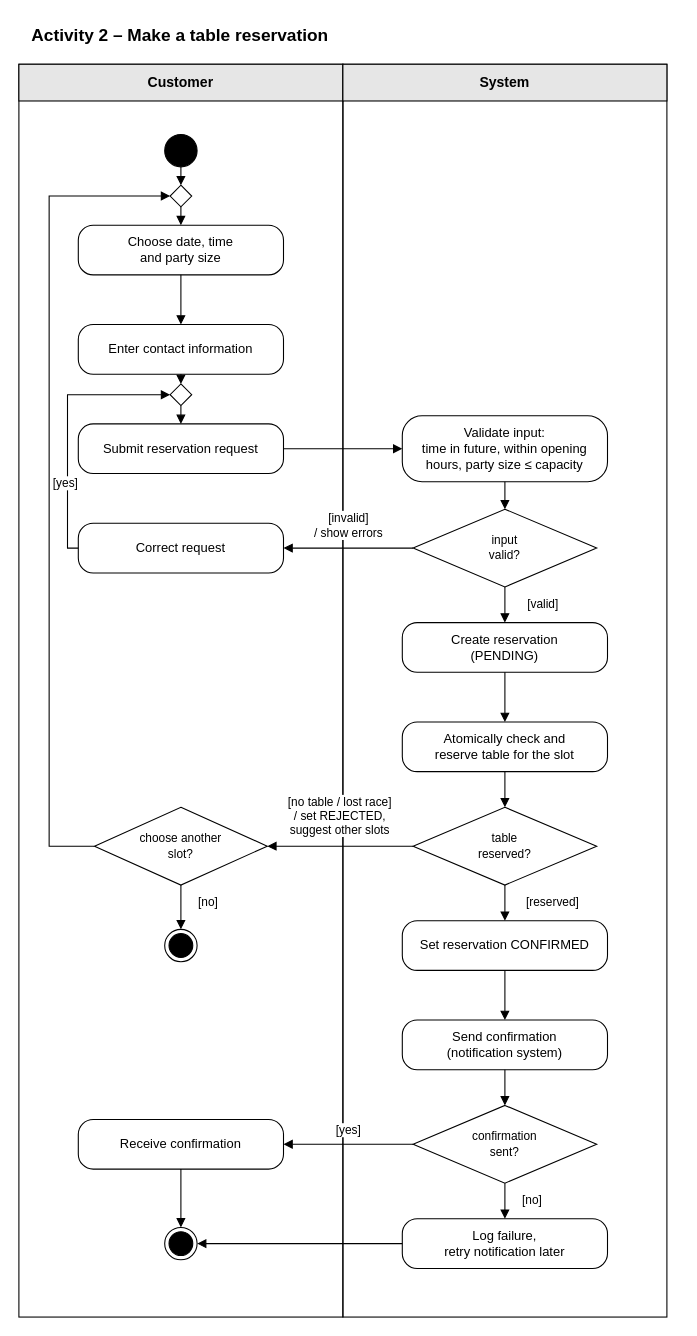
Above: Activity Diagrams/Activity_2_Make_table_reservation.drawio in Lukap42/SWE1_Project (draw.io), before the change. Source tidied: cells renumbered, new cells numbered last; positions are measured from the earlier drawing's top-left corner, leaving out a move shared by most shapes. Both pictures are drawn from the tidied source at 108%, with x=0, y=0 at pixel (18, 18).
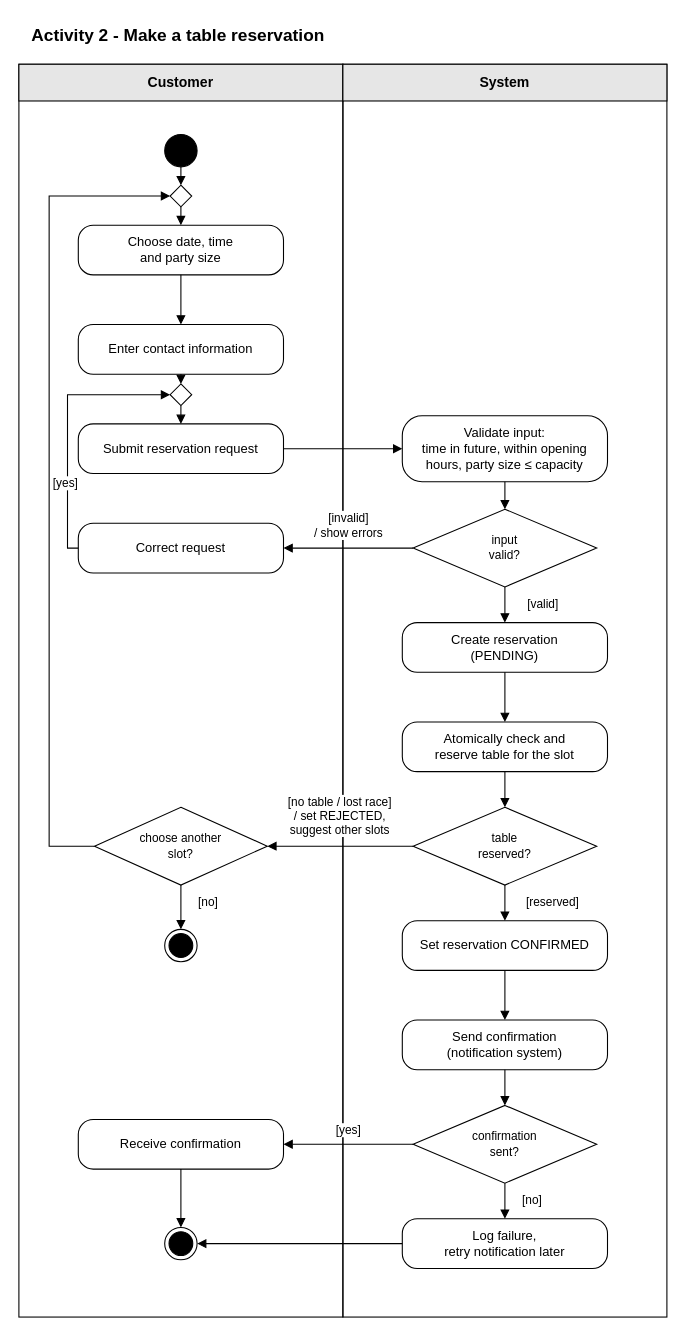
Above is the later version.

Commit message (it also covers changes not shown here):
fixed activity diagrams

Change to the diagram source:
```diff
@@
-    <mxCell id="2" value="Activity 2 – Make a table reservation" style="text;html=1;align=left;verticalAlign=middle;fontSize=16;fontStyle=1;" parent="1" vertex="1">
+    <mxCell id="2" value="Activity 2 - Make a table reservation" style="text;html=1;align=left;verticalAlign=middle;fontSize=16;fontStyle=1;" parent="1" vertex="1">
       <mxGeometry x="10" width="600" height="30" as="geometry" />
     </mxCell>
```
